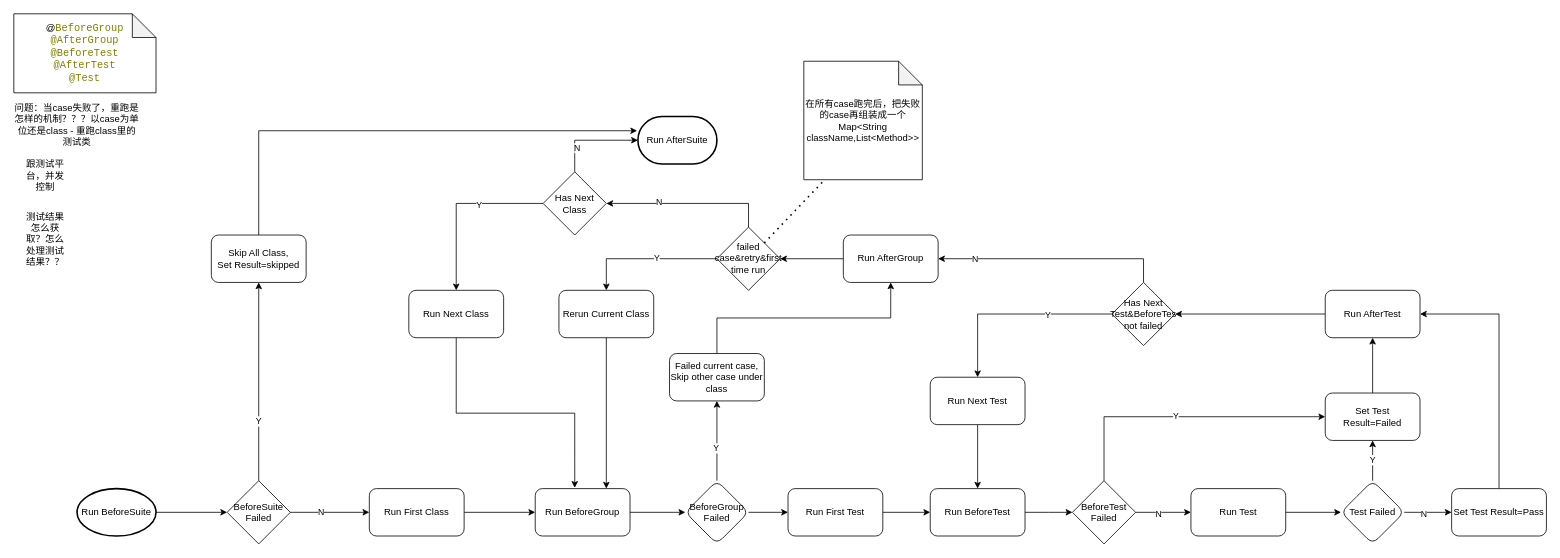
Above: page "Run Test" (3 of 3) of App Automation 2.0.drawio in michellec2021/appium-demo (draw.io), before the change. Source tidied: cells renumbered, new cells numbered last; positions are measured from the earlier drawing's top-left corner, leaving out a move shared by most shapes. Both pictures are drawn from the tidied source at 79%, with x=0, y=0 at pixel (13, 13).
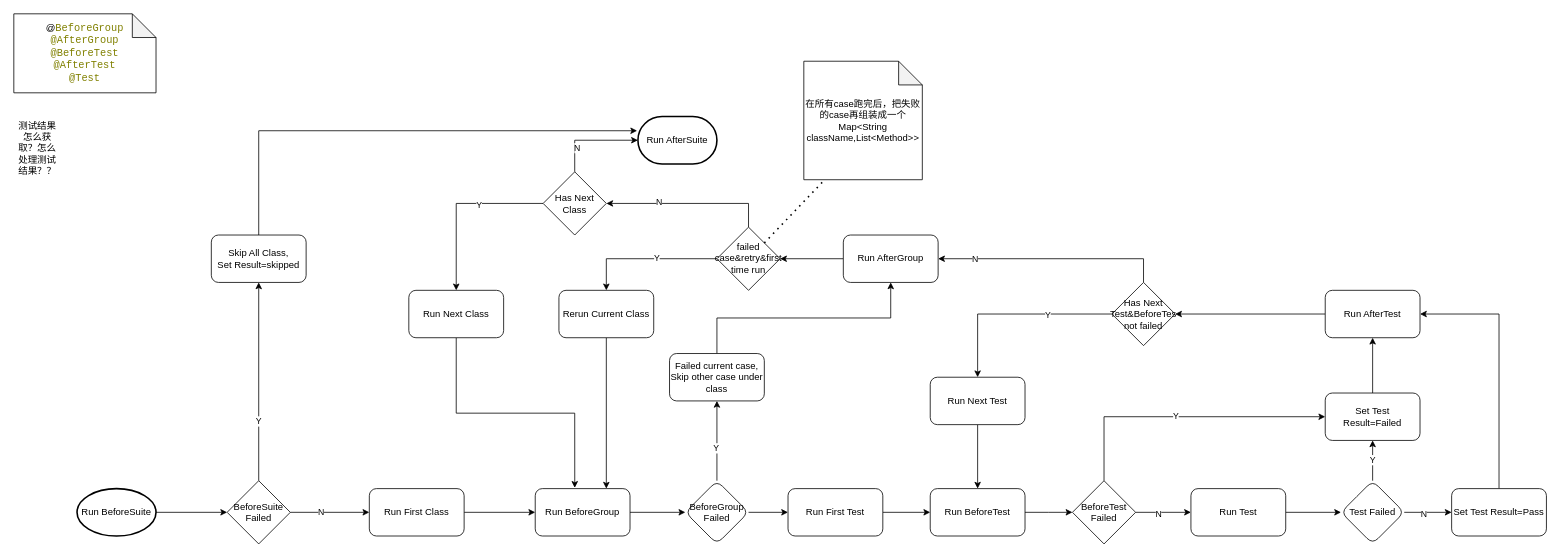
After the change.

What changed in the source:
```diff
@@
-    <mxCell id="60" value="问题：当case失败了，重跑是怎样的机制？？？以case为单位还是class - 重跑class里的测试类" style="text;html=1;strokeColor=none;fillColor=none;align=center;verticalAlign=middle;whiteSpace=wrap;rounded=0;" parent="1" vertex="1">
-      <mxGeometry y="120" width="160" height="40" as="geometry" />
-    </mxCell>
-    <mxCell id="61" value="跟测试平台，并发控制" style="text;html=1;strokeColor=none;fillColor=none;align=center;verticalAlign=middle;whiteSpace=wrap;rounded=0;" parent="1" vertex="1">
-      <mxGeometry x="10" y="190" width="60" height="30" as="geometry" />
-    </mxCell>
@@
     <mxCell id="71" value="测试结果怎么获取？怎么处理测试结果？？" style="text;html=1;strokeColor=none;fillColor=none;align=center;verticalAlign=middle;whiteSpace=wrap;rounded=0;" parent="1" vertex="1">
-      <mxGeometry x="10" y="270" width="60" height="30" as="geometry" />
+      <mxGeometry y="140" width="60" height="60" as="geometry" />
     </mxCell>
```
